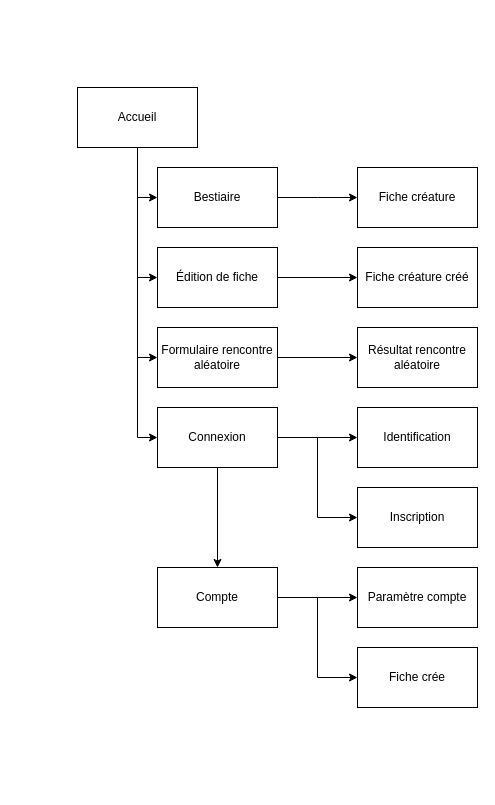
This is 3_Mon_Projet_Fil_Rouge/2_Maquettage/Arborescence Site.drawio from SkollLockheart/ADRAR_Cours, a draw.io file, before an edit. Source tidied: cells renumbered, new cells numbered last; positions are measured from the earlier drawing's top-left corner, leaving out a move shared by most shapes. Both pictures are drawn from the tidied source at 100%, with x=0, y=0 at pixel (77, 87).
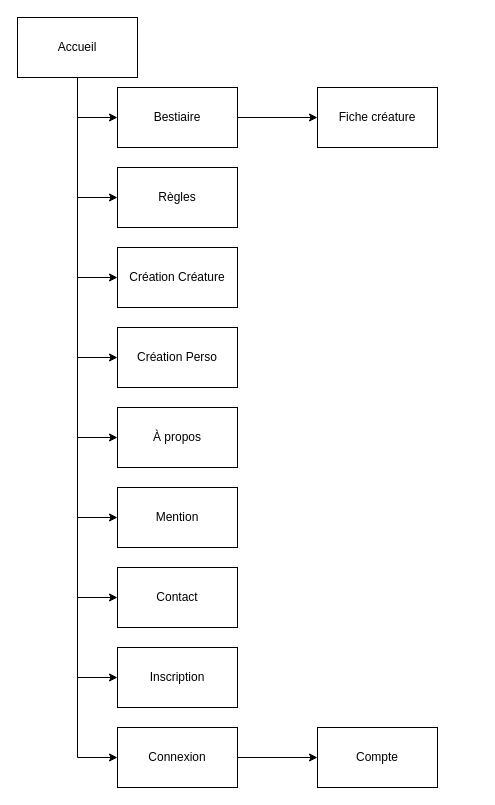
After the change.

Commit message (it also covers changes not shown here):
maj projet fils rouge

Change to the diagram source:
```diff
@@
+    <mxCell id="27" style="edgeStyle=orthogonalEdgeStyle;rounded=0;jettySize=auto;html=1;exitX=0.5;exitY=1;exitDx=0;exitDy=0;entryX=0;entryY=0.5;entryDx=0;entryDy=0;" parent="1" edge="1" source="6" target="38">
+      <mxGeometry relative="1" as="geometry" />
+    </mxCell>
@@
-    <mxCell id="4" style="edgeStyle=orthogonalEdgeStyle;rounded=0;jettySize=auto;html=1;exitX=0.5;exitY=1;exitDx=0;exitDy=0;entryX=0;entryY=0.5;entryDx=0;entryDy=0;" parent="1" edge="1" source="6" target="12">
-      <mxGeometry relative="1" as="geometry" />
-    </mxCell>
+    <mxCell id="28" style="edgeStyle=orthogonalEdgeStyle;rounded=0;jettySize=auto;html=1;exitX=0.5;exitY=1;exitDx=0;exitDy=0;entryX=0;entryY=0.5;entryDx=0;entryDy=0;" parent="1" edge="1" source="6" target="34">
+      <mxGeometry relative="1" as="geometry" />
+    </mxCell>
+    <mxCell id="29" style="edgeStyle=orthogonalEdgeStyle;rounded=0;jettySize=auto;html=1;exitX=0.5;exitY=1;exitDx=0;exitDy=0;entryX=0;entryY=0.5;entryDx=0;entryDy=0;" parent="1" edge="1" source="6" target="35">
+      <mxGeometry relative="1" as="geometry" />
+    </mxCell>
+    <mxCell id="30" style="edgeStyle=orthogonalEdgeStyle;rounded=0;jettySize=auto;html=1;exitX=0.5;exitY=1;exitDx=0;exitDy=0;entryX=0;entryY=0.5;entryDx=0;entryDy=0;" parent="1" edge="1" source="6" target="36">
+      <mxGeometry relative="1" as="geometry" />
+    </mxCell>
+    <mxCell id="31" style="edgeStyle=orthogonalEdgeStyle;rounded=0;jettySize=auto;html=1;exitX=0.5;exitY=1;exitDx=0;exitDy=0;entryX=0;entryY=0.5;entryDx=0;entryDy=0;" parent="1" edge="1" source="6" target="37">
+      <mxGeometry relative="1" as="geometry" />
+    </mxCell>
+    <mxCell id="32" style="edgeStyle=orthogonalEdgeStyle;rounded=0;jettySize=auto;html=1;exitX=0.5;exitY=1;exitDx=0;exitDy=0;entryX=0;entryY=0.5;entryDx=0;entryDy=0;" parent="1" edge="1" source="6" target="21">
+      <mxGeometry relative="1" as="geometry" />
+    </mxCell>
@@
     <mxCell id="6" value="Accueil" style="rounded=0;whiteSpace=wrap;html=1;" parent="1" vertex="1">
-      <mxGeometry width="120" height="60" as="geometry" />
+      <mxGeometry x="-60" y="-70" width="120" height="60" as="geometry" />
     </mxCell>
-    <mxCell id="7" style="edgeStyle=orthogonalEdgeStyle;rounded=0;jettySize=auto;html=1;" parent="1" edge="1" source="8">
-      <mxGeometry relative="1" as="geometry">
-        <mxPoint x="280" y="110" as="targetPoint" />
-      </mxGeometry>
-    </mxCell>
+    <mxCell id="33" style="edgeStyle=orthogonalEdgeStyle;rounded=0;jettySize=auto;html=1;" parent="1" edge="1" source="8" target="17">
+      <mxGeometry relative="1" as="geometry" />
+    </mxCell>
     <mxCell id="8" value="Bestiaire" style="rounded=0;whiteSpace=wrap;html=1;" parent="1" vertex="1">
-      <mxGeometry x="80" y="80" width="120" height="60" as="geometry" />
+      <mxGeometry x="40" width="120" height="60" as="geometry" />
     </mxCell>
-    <mxCell id="9" style="edgeStyle=orthogonalEdgeStyle;rounded=0;jettySize=auto;html=1;" parent="1" edge="1" source="10" target="18">
-      <mxGeometry relative="1" as="geometry" />
-    </mxCell>
-    <mxCell id="10" value="Édition de fiche" style="rounded=0;whiteSpace=wrap;html=1;" parent="1" vertex="1">
-      <mxGeometry x="80" y="160" width="120" height="60" as="geometry" />
+    <mxCell id="10" value="Création Créature" style="rounded=0;whiteSpace=wrap;html=1;" parent="1" vertex="1">
+      <mxGeometry x="40" y="160" width="120" height="60" as="geometry" />
     </mxCell>
-    <mxCell id="11" style="edgeStyle=orthogonalEdgeStyle;rounded=0;jettySize=auto;html=1;" parent="1" edge="1" source="12" target="19">
-      <mxGeometry relative="1" as="geometry" />
-    </mxCell>
-    <mxCell id="12" value="Formulaire rencontre aléatoire" style="rounded=0;whiteSpace=wrap;html=1;" parent="1" vertex="1">
-      <mxGeometry x="80" y="240" width="120" height="60" as="geometry" />
-    </mxCell>
-    <mxCell id="13" style="edgeStyle=orthogonalEdgeStyle;rounded=0;jettySize=auto;html=1;" parent="1" edge="1" source="16" target="20">
-      <mxGeometry relative="1" as="geometry" />
-    </mxCell>
-    <mxCell id="14" style="edgeStyle=orthogonalEdgeStyle;rounded=0;jettySize=auto;html=1;exitX=1;exitY=0.5;exitDx=0;exitDy=0;entryX=0;entryY=0.5;entryDx=0;entryDy=0;" parent="1" edge="1" source="16" target="21">
-      <mxGeometry relative="1" as="geometry" />
-    </mxCell>
+    <mxCell id="16" value="Connexion" style="rounded=0;whiteSpace=wrap;html=1;" parent="1" vertex="1">
+      <mxGeometry x="40" y="640" width="120" height="60" as="geometry" />
+    </mxCell>
+    <mxCell id="21" value="Inscription" style="whiteSpace=wrap;html=1;rounded=0;" parent="1" vertex="1">
+      <mxGeometry x="40" y="560" width="120" height="60" as="geometry" />
+    </mxCell>
+    <mxCell id="24" value="Compte" style="whiteSpace=wrap;html=1;rounded=0;" parent="1" vertex="1">
+      <mxGeometry x="240" y="640" width="120" height="60" as="geometry" />
+    </mxCell>
+    <mxCell id="34" value="Création Perso" style="rounded=0;whiteSpace=wrap;html=1;" parent="1" vertex="1">
+      <mxGeometry x="40" y="240" width="120" height="60" as="geometry" />
+    </mxCell>
+    <mxCell id="35" value="À propos" style="rounded=0;whiteSpace=wrap;html=1;" parent="1" vertex="1">
+      <mxGeometry x="40" y="320" width="120" height="60" as="geometry" />
+    </mxCell>
+    <mxCell id="36" value="Mention" style="rounded=0;whiteSpace=wrap;html=1;" parent="1" vertex="1">
+      <mxGeometry x="40" y="400" width="120" height="60" as="geometry" />
+    </mxCell>
+    <mxCell id="37" value="Contact" style="rounded=0;whiteSpace=wrap;html=1;" parent="1" vertex="1">
+      <mxGeometry x="40" y="480" width="120" height="60" as="geometry" />
+    </mxCell>
+    <mxCell id="38" value="Règles" style="rounded=0;whiteSpace=wrap;html=1;" parent="1" vertex="1">
+      <mxGeometry x="40" y="80" width="120" height="60" as="geometry" />
+    </mxCell>
+    <mxCell id="17" value="Fiche créature" style="whiteSpace=wrap;html=1;rounded=0;" parent="1" vertex="1">
+      <mxGeometry x="240" width="120" height="60" as="geometry" />
+    </mxCell>
-    <mxCell id="15" style="edgeStyle=orthogonalEdgeStyle;rounded=0;jettySize=auto;html=1;" parent="1" edge="1" source="16" target="24">
+    <mxCell id="15" style="endArrow=classic;html=1;rounded=0;exitX=1;exitY=0.5;exitDx=0;exitDy=0;entryX=0;entryY=0.5;entryDx=0;entryDy=0;" parent="1" edge="1" source="16" target="24">
       <mxGeometry relative="1" as="geometry" />
     </mxCell>
-    <mxCell id="16" value="Connexion" style="rounded=0;whiteSpace=wrap;html=1;" parent="1" vertex="1">
-      <mxGeometry x="80" y="320" width="120" height="60" as="geometry" />
-    </mxCell>
-    <mxCell id="17" value="Fiche créature" style="whiteSpace=wrap;html=1;rounded=0;" parent="1" vertex="1">
-      <mxGeometry x="280" y="80" width="120" height="60" as="geometry" />
-    </mxCell>
-    <mxCell id="18" value="Fiche créature créé" style="whiteSpace=wrap;html=1;rounded=0;" parent="1" vertex="1">
-      <mxGeometry x="280" y="160" width="120" height="60" as="geometry" />
-    </mxCell>
-    <mxCell id="19" value="Résultat rencontre aléatoire" style="whiteSpace=wrap;html=1;rounded=0;" parent="1" vertex="1">
-      <mxGeometry x="280" y="240" width="120" height="60" as="geometry" />
-    </mxCell>
-    <mxCell id="20" value="Identification" style="whiteSpace=wrap;html=1;rounded=0;" parent="1" vertex="1">
-      <mxGeometry x="280" y="320" width="120" height="60" as="geometry" />
-    </mxCell>
-    <mxCell id="21" value="Inscription" style="whiteSpace=wrap;html=1;rounded=0;" parent="1" vertex="1">
-      <mxGeometry x="280" y="400" width="120" height="60" as="geometry" />
-    </mxCell>
-    <mxCell id="22" style="edgeStyle=orthogonalEdgeStyle;rounded=0;jettySize=auto;html=1;" parent="1" edge="1" source="24" target="25">
-      <mxGeometry relative="1" as="geometry" />
-    </mxCell>
-    <mxCell id="23" style="edgeStyle=orthogonalEdgeStyle;rounded=0;jettySize=auto;html=1;exitX=1;exitY=0.5;exitDx=0;exitDy=0;entryX=0;entryY=0.5;entryDx=0;entryDy=0;" parent="1" edge="1" source="24" target="26">
-      <mxGeometry relative="1" as="geometry" />
-    </mxCell>
-    <mxCell id="24" value="Compte" style="whiteSpace=wrap;html=1;rounded=0;" parent="1" vertex="1">
-      <mxGeometry x="80" y="480" width="120" height="60" as="geometry" />
-    </mxCell>
-    <mxCell id="25" value="Paramètre compte" style="whiteSpace=wrap;html=1;rounded=0;" parent="1" vertex="1">
-      <mxGeometry x="280" y="480" width="120" height="60" as="geometry" />
-    </mxCell>
-    <mxCell id="26" value="Fiche crée" style="whiteSpace=wrap;html=1;rounded=0;" parent="1" vertex="1">
-      <mxGeometry x="280" y="560" width="120" height="60" as="geometry" />
-    </mxCell>
```
